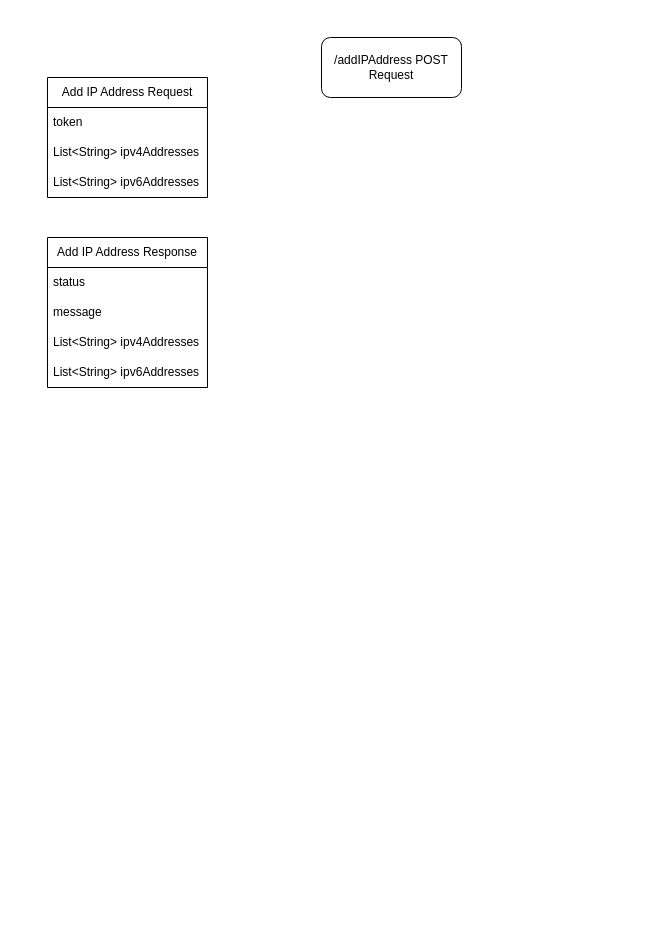
The draw.io diagram Diagrams/Add Allowed IP Address Flow.drawio in david-ruffner/InventoryTrackerController, before the edit. Source tidied: cells renumbered, new cells numbered last; positions are measured from the earlier drawing's top-left corner, leaving out a move shared by most shapes. Both pictures are drawn from the tidied source at 100%, with x=0, y=0 at pixel (47, 37).
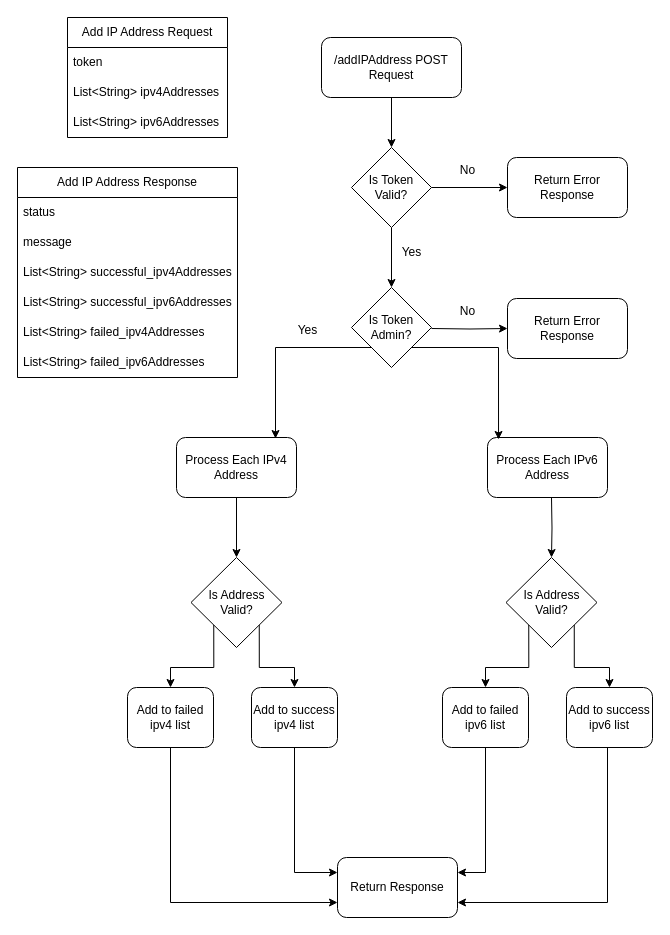
The same diagram, later.

The change refers to these unchanged cells:
```xml
<mxCell id="2" value="/addIPAddress POST Request" style="rounded=1;whiteSpace=wrap;html=1;fontSize=12;glass=0;strokeWidth=1;shadow=0;" parent="1" vertex="1">
  <mxGeometry x="274" width="140" height="60" as="geometry" />
</mxCell>
```

What changed in the source:
```diff
@@
+    <mxCell id="12" style="edgeStyle=orthogonalEdgeStyle;rounded=0;jettySize=auto;html=1;entryX=0.5;entryY=0;entryDx=0;entryDy=0;" parent="1" edge="1" source="2" target="17">
+      <mxGeometry relative="1" as="geometry" />
+    </mxCell>
@@
     <mxCell id="3" value="Add IP Address Request" style="swimlane;fontStyle=0;horizontal=1;startSize=30;whiteSpace=wrap;html=1;" parent="1" vertex="1">
-      <mxGeometry y="40" width="160" height="120" as="geometry" />
+      <mxGeometry x="20" y="-20" width="160" height="120" as="geometry" />
     </mxCell>
@@
     <mxCell id="7" value="Add IP Address Response" style="swimlane;fontStyle=0;horizontal=1;startSize=30;whiteSpace=wrap;html=1;" parent="1" vertex="1">
-      <mxGeometry y="200" width="160" height="150" as="geometry" />
+      <mxGeometry x="-30" y="130" width="220" height="210" as="geometry" />
     </mxCell>
     <mxCell id="8" value="status" style="text;strokeColor=none;fillColor=none;align=left;verticalAlign=middle;spacingLeft=4;spacingRight=4;overflow=hidden;whiteSpace=wrap;html=1;" parent="7" vertex="1">
-      <mxGeometry y="30" width="160" height="30" as="geometry" />
+      <mxGeometry y="30" width="220" height="30" as="geometry" />
     </mxCell>
     <mxCell id="9" value="message" style="text;strokeColor=none;fillColor=none;align=left;verticalAlign=middle;spacingLeft=4;spacingRight=4;overflow=hidden;whiteSpace=wrap;html=1;" parent="7" vertex="1">
-      <mxGeometry y="60" width="160" height="30" as="geometry" />
+      <mxGeometry y="60" width="220" height="30" as="geometry" />
     </mxCell>
-    <mxCell id="10" value="List&amp;lt;String&amp;gt; ipv4Addresses" style="text;strokeColor=none;fillColor=none;align=left;verticalAlign=middle;spacingLeft=4;spacingRight=4;overflow=hidden;whiteSpace=wrap;html=1;" parent="7" vertex="1">
-      <mxGeometry y="90" width="160" height="30" as="geometry" />
+    <mxCell id="10" value="List&amp;lt;String&amp;gt; successful_ipv4Addresses" style="text;strokeColor=none;fillColor=none;align=left;verticalAlign=middle;spacingLeft=4;spacingRight=4;overflow=hidden;whiteSpace=wrap;html=1;" parent="7" vertex="1">
+      <mxGeometry y="90" width="220" height="30" as="geometry" />
     </mxCell>
-    <mxCell id="11" value="List&amp;lt;String&amp;gt; ipv6Addresses" style="text;strokeColor=none;fillColor=none;align=left;verticalAlign=middle;spacingLeft=4;spacingRight=4;overflow=hidden;whiteSpace=wrap;html=1;" parent="7" vertex="1">
-      <mxGeometry y="120" width="160" height="30" as="geometry" />
+    <mxCell id="11" value="List&amp;lt;String&amp;gt; successful_ipv6Addresses" style="text;strokeColor=none;fillColor=none;align=left;verticalAlign=middle;spacingLeft=4;spacingRight=4;overflow=hidden;whiteSpace=wrap;html=1;" parent="7" vertex="1">
+      <mxGeometry y="120" width="220" height="30" as="geometry" />
     </mxCell>
+    <mxCell id="13" value="List&amp;lt;String&amp;gt; failed_ipv4Addresses" style="text;strokeColor=none;fillColor=none;align=left;verticalAlign=middle;spacingLeft=4;spacingRight=4;overflow=hidden;whiteSpace=wrap;html=1;" parent="7" vertex="1">
+      <mxGeometry y="150" width="220" height="30" as="geometry" />
+    </mxCell>
+    <mxCell id="14" value="List&amp;lt;String&amp;gt; failed_ipv6Addresses" style="text;strokeColor=none;fillColor=none;align=left;verticalAlign=middle;spacingLeft=4;spacingRight=4;overflow=hidden;whiteSpace=wrap;html=1;" parent="7" vertex="1">
+      <mxGeometry y="180" width="220" height="30" as="geometry" />
+    </mxCell>
+    <mxCell id="15" style="edgeStyle=orthogonalEdgeStyle;rounded=0;jettySize=auto;html=1;entryX=0;entryY=0.5;entryDx=0;entryDy=0;" parent="1" edge="1" source="17" target="18">
+      <mxGeometry relative="1" as="geometry" />
+    </mxCell>
+    <mxCell id="16" style="edgeStyle=orthogonalEdgeStyle;rounded=0;jettySize=auto;html=1;entryX=0.5;entryY=0;entryDx=0;entryDy=0;" parent="1" edge="1" source="17" target="20">
+      <mxGeometry relative="1" as="geometry" />
+    </mxCell>
+    <mxCell id="17" value="Is Token Valid?" style="rhombus;whiteSpace=wrap;html=1;" parent="1" vertex="1">
+      <mxGeometry x="304" y="110" width="80" height="80" as="geometry" />
+    </mxCell>
+    <mxCell id="18" value="Return Error Response" style="rounded=1;whiteSpace=wrap;html=1;" parent="1" vertex="1">
+      <mxGeometry x="460" y="120" width="120" height="60" as="geometry" />
+    </mxCell>
+    <mxCell id="19" value="No" style="text;html=1;align=center;verticalAlign=middle;strokeColor=none;fillColor=none;" parent="1" vertex="1">
+      <mxGeometry x="400" y="118" width="40" height="30" as="geometry" />
+    </mxCell>
+    <mxCell id="20" value="Is Token Admin?" style="rhombus;whiteSpace=wrap;html=1;" parent="1" vertex="1">
+      <mxGeometry x="304" y="250" width="80" height="80" as="geometry" />
+    </mxCell>
+    <mxCell id="21" value="Yes" style="text;html=1;align=center;verticalAlign=middle;strokeColor=none;fillColor=none;" parent="1" vertex="1">
+      <mxGeometry x="344" y="200" width="40" height="30" as="geometry" />
+    </mxCell>
+    <mxCell id="22" style="edgeStyle=orthogonalEdgeStyle;rounded=0;jettySize=auto;html=1;entryX=0;entryY=0.5;entryDx=0;entryDy=0;" parent="1" edge="1" target="23">
+      <mxGeometry relative="1" as="geometry">
+        <mxPoint x="384" y="291" as="sourcePoint" />
+      </mxGeometry>
+    </mxCell>
+    <mxCell id="23" value="Return Error Response" style="rounded=1;whiteSpace=wrap;html=1;" parent="1" vertex="1">
+      <mxGeometry x="460" y="261" width="120" height="60" as="geometry" />
+    </mxCell>
+    <mxCell id="24" value="No" style="text;html=1;align=center;verticalAlign=middle;strokeColor=none;fillColor=none;" parent="1" vertex="1">
+      <mxGeometry x="400" y="259" width="40" height="30" as="geometry" />
+    </mxCell>
+    <mxCell id="25" style="edgeStyle=orthogonalEdgeStyle;rounded=0;jettySize=auto;html=1;entryX=0.5;entryY=0;entryDx=0;entryDy=0;" parent="1" edge="1" source="26" target="30">
+      <mxGeometry relative="1" as="geometry" />
+    </mxCell>
+    <mxCell id="26" value="Process Each IPv4 Address" style="rounded=1;whiteSpace=wrap;html=1;" parent="1" vertex="1">
+      <mxGeometry x="129" y="400" width="120" height="60" as="geometry" />
+    </mxCell>
+    <mxCell id="27" value="Process Each IPv6 Address" style="rounded=1;whiteSpace=wrap;html=1;" parent="1" vertex="1">
+      <mxGeometry x="440" y="400" width="120" height="60" as="geometry" />
+    </mxCell>
+    <mxCell id="28" style="edgeStyle=orthogonalEdgeStyle;rounded=0;jettySize=auto;html=1;exitX=0;exitY=1;exitDx=0;exitDy=0;entryX=0.5;entryY=0;entryDx=0;entryDy=0;" parent="1" edge="1" source="30" target="32">
+      <mxGeometry relative="1" as="geometry" />
+    </mxCell>
+    <mxCell id="29" style="edgeStyle=orthogonalEdgeStyle;rounded=0;jettySize=auto;html=1;exitX=1;exitY=1;exitDx=0;exitDy=0;entryX=0.5;entryY=0;entryDx=0;entryDy=0;" parent="1" edge="1" source="30" target="34">
+      <mxGeometry relative="1" as="geometry" />
+    </mxCell>
+    <mxCell id="30" value="Is Address Valid?" style="rhombus;whiteSpace=wrap;html=1;" parent="1" vertex="1">
+      <mxGeometry x="143.5" y="520" width="91" height="90" as="geometry" />
+    </mxCell>
+    <mxCell id="31" style="edgeStyle=orthogonalEdgeStyle;rounded=0;jettySize=auto;html=1;exitX=0.5;exitY=1;exitDx=0;exitDy=0;entryX=0;entryY=0.75;entryDx=0;entryDy=0;" parent="1" edge="1" source="32" target="37">
+      <mxGeometry relative="1" as="geometry" />
+    </mxCell>
+    <mxCell id="32" value="Add to failed&lt;div&gt;ipv4 list&lt;/div&gt;" style="rounded=1;whiteSpace=wrap;html=1;" parent="1" vertex="1">
+      <mxGeometry x="80" y="650" width="86" height="60" as="geometry" />
+    </mxCell>
+    <mxCell id="33" style="edgeStyle=orthogonalEdgeStyle;rounded=0;jettySize=auto;html=1;entryX=0;entryY=0.25;entryDx=0;entryDy=0;" parent="1" edge="1" source="34" target="37">
+      <mxGeometry relative="1" as="geometry" />
+    </mxCell>
+    <mxCell id="34" value="Add to success&lt;div&gt;ipv4 list&lt;/div&gt;" style="rounded=1;whiteSpace=wrap;html=1;" parent="1" vertex="1">
+      <mxGeometry x="204" y="650" width="86" height="60" as="geometry" />
+    </mxCell>
+    <mxCell id="35" style="edgeStyle=orthogonalEdgeStyle;rounded=0;jettySize=auto;html=1;exitX=0;exitY=1;exitDx=0;exitDy=0;entryX=0.825;entryY=0.017;entryDx=0;entryDy=0;entryPerimeter=0;" parent="1" edge="1" source="20" target="26">
+      <mxGeometry relative="1" as="geometry" />
+    </mxCell>
+    <mxCell id="36" value="Yes" style="text;html=1;align=center;verticalAlign=middle;strokeColor=none;fillColor=none;" parent="1" vertex="1">
+      <mxGeometry x="240" y="278" width="40" height="30" as="geometry" />
+    </mxCell>
+    <mxCell id="37" value="Return Response" style="rounded=1;whiteSpace=wrap;html=1;" parent="1" vertex="1">
+      <mxGeometry x="290" y="820" width="120" height="60" as="geometry" />
+    </mxCell>
+    <mxCell id="38" style="edgeStyle=orthogonalEdgeStyle;rounded=0;jettySize=auto;html=1;exitX=1;exitY=1;exitDx=0;exitDy=0;entryX=0.092;entryY=0.033;entryDx=0;entryDy=0;entryPerimeter=0;" parent="1" edge="1" source="20" target="27">
+      <mxGeometry relative="1" as="geometry" />
+    </mxCell>
+    <mxCell id="39" style="edgeStyle=orthogonalEdgeStyle;rounded=0;jettySize=auto;html=1;entryX=0.5;entryY=0;entryDx=0;entryDy=0;" parent="1" edge="1" target="42">
+      <mxGeometry relative="1" as="geometry">
+        <mxPoint x="504" y="460" as="sourcePoint" />
+      </mxGeometry>
+    </mxCell>
+    <mxCell id="40" style="edgeStyle=orthogonalEdgeStyle;rounded=0;jettySize=auto;html=1;exitX=0;exitY=1;exitDx=0;exitDy=0;entryX=0.5;entryY=0;entryDx=0;entryDy=0;" parent="1" edge="1" source="42" target="44">
+      <mxGeometry relative="1" as="geometry" />
+    </mxCell>
+    <mxCell id="41" style="edgeStyle=orthogonalEdgeStyle;rounded=0;jettySize=auto;html=1;exitX=1;exitY=1;exitDx=0;exitDy=0;entryX=0.5;entryY=0;entryDx=0;entryDy=0;" parent="1" edge="1" source="42" target="46">
+      <mxGeometry relative="1" as="geometry" />
+    </mxCell>
+    <mxCell id="42" value="Is Address Valid?" style="rhombus;whiteSpace=wrap;html=1;" parent="1" vertex="1">
+      <mxGeometry x="458.5" y="520" width="91" height="90" as="geometry" />
+    </mxCell>
+    <mxCell id="43" style="edgeStyle=orthogonalEdgeStyle;rounded=0;jettySize=auto;html=1;entryX=1;entryY=0.25;entryDx=0;entryDy=0;" parent="1" edge="1" source="44" target="37">
+      <mxGeometry relative="1" as="geometry" />
+    </mxCell>
+    <mxCell id="44" value="Add to failed&lt;div&gt;ipv6 list&lt;/div&gt;" style="rounded=1;whiteSpace=wrap;html=1;" parent="1" vertex="1">
+      <mxGeometry x="395" y="650" width="86" height="60" as="geometry" />
+    </mxCell>
+    <mxCell id="45" style="edgeStyle=orthogonalEdgeStyle;rounded=0;jettySize=auto;html=1;entryX=1;entryY=0.75;entryDx=0;entryDy=0;" parent="1" edge="1" source="46" target="37">
+      <mxGeometry relative="1" as="geometry">
+        <Array as="points">
+          <mxPoint x="560" y="865" />
+        </Array>
+      </mxGeometry>
+    </mxCell>
+    <mxCell id="46" value="Add to success&lt;div&gt;ipv6 list&lt;/div&gt;" style="rounded=1;whiteSpace=wrap;html=1;" parent="1" vertex="1">
+      <mxGeometry x="519" y="650" width="86" height="60" as="geometry" />
+    </mxCell>
```
